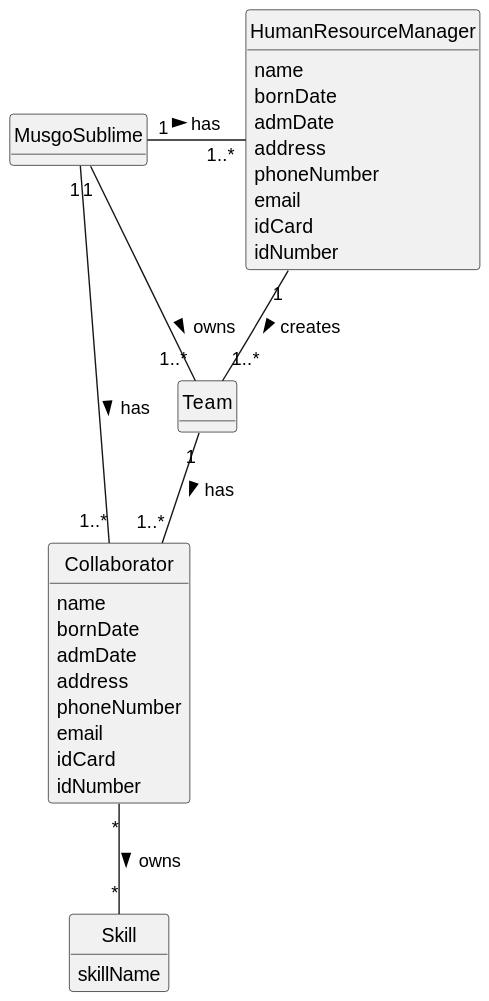
Earlier version of the PlantUML export docs/sprintA/us005/02.analysis/svg/us005-domain-model.svg (1231360-ISEP/lei-24-s2-1db-g021).
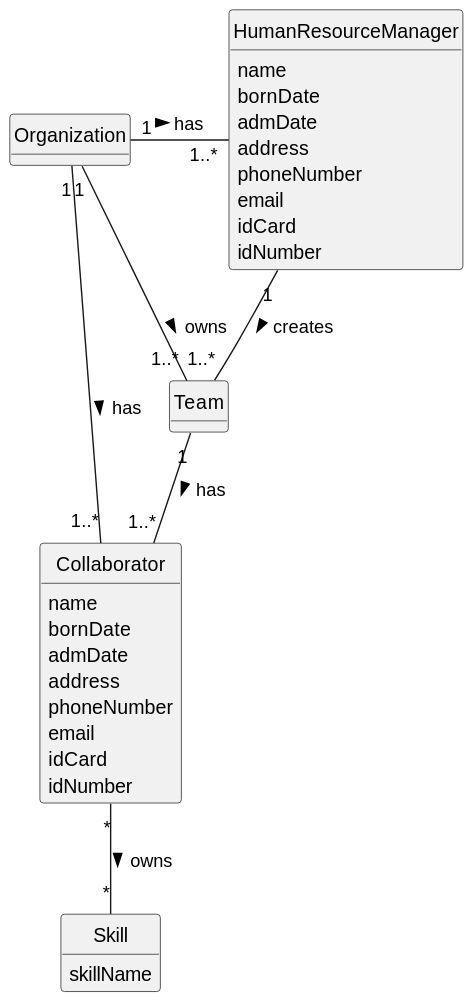
After the change.

Commit message:
Update US domain model and SVG

Diff of the diagram source:
```diff
@@ -8,7 +8,7 @@
 hide circle
 hide methods
 
-class MusgoSublime {
+class Organization {
 }
 
 class HumanResourceManager {
@@ -40,10 +40,10 @@
 class Team {
 }
 
-MusgoSublime "1" - "1..*" Collaborator: has >
-MusgoSublime "1" - "1..*" HumanResourceManager : has >
+Organization "1" - "1..*" Collaborator: has >
+Organization "1" - "1..*" HumanResourceManager : has >
 Collaborator "*" -- "*" Skill : owns >
-MusgoSublime "1" - "1..*" Team: owns >
+Organization "1" - "1..*" Team: owns >
 Team "1" -- "1..*" Collaborator : has >
 HumanResourceManager "1" -- "1..*" Team : creates >
 @enduml
```
